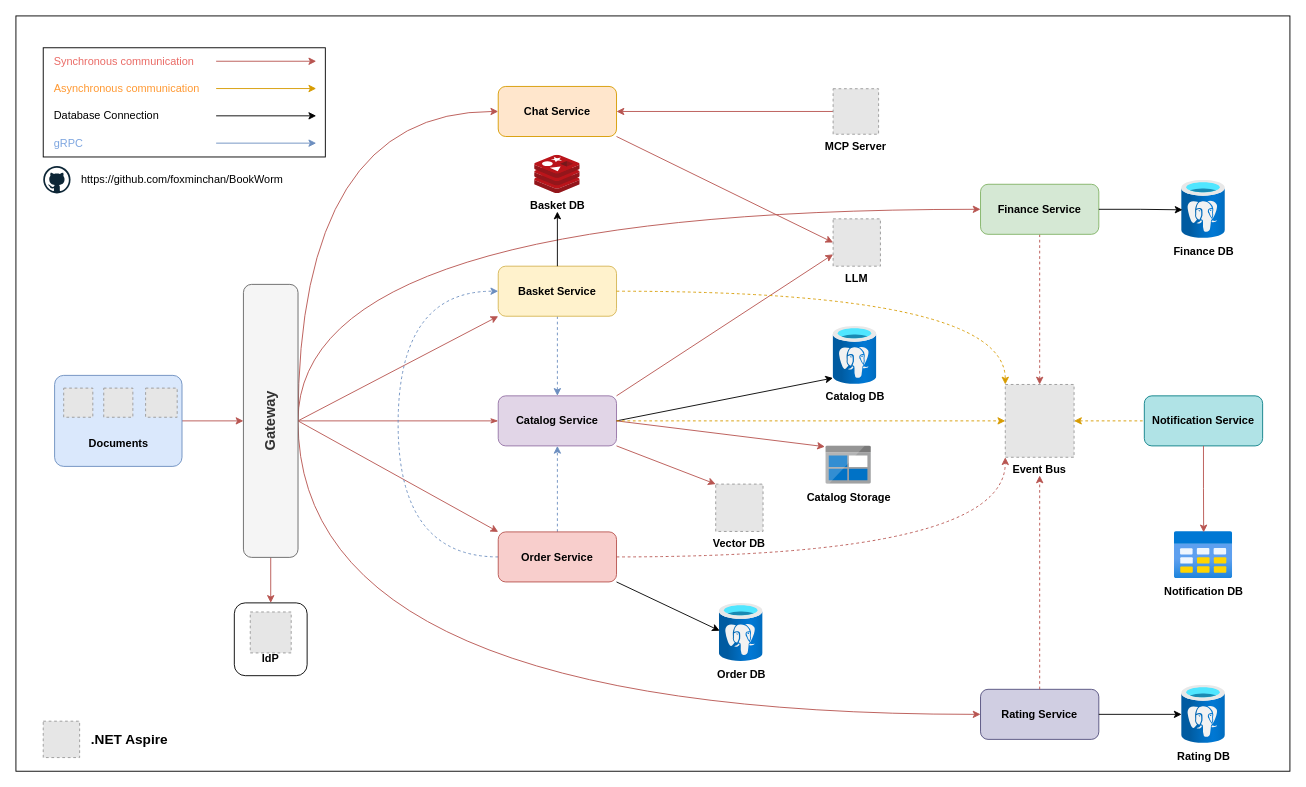
The draw.io diagram assets/BookWorm.drawio in foxminchan/BookWorm, before the edit. Source tidied: cells renumbered, new cells numbered last; positions are measured from the earlier drawing's top-left corner, leaving out a move shared by most shapes. Both pictures are drawn from the tidied source at 91%, with x=0, y=0 at pixel (15, 15). Pictures stored in the file or linked from it are replaced by grey dashed boxes.
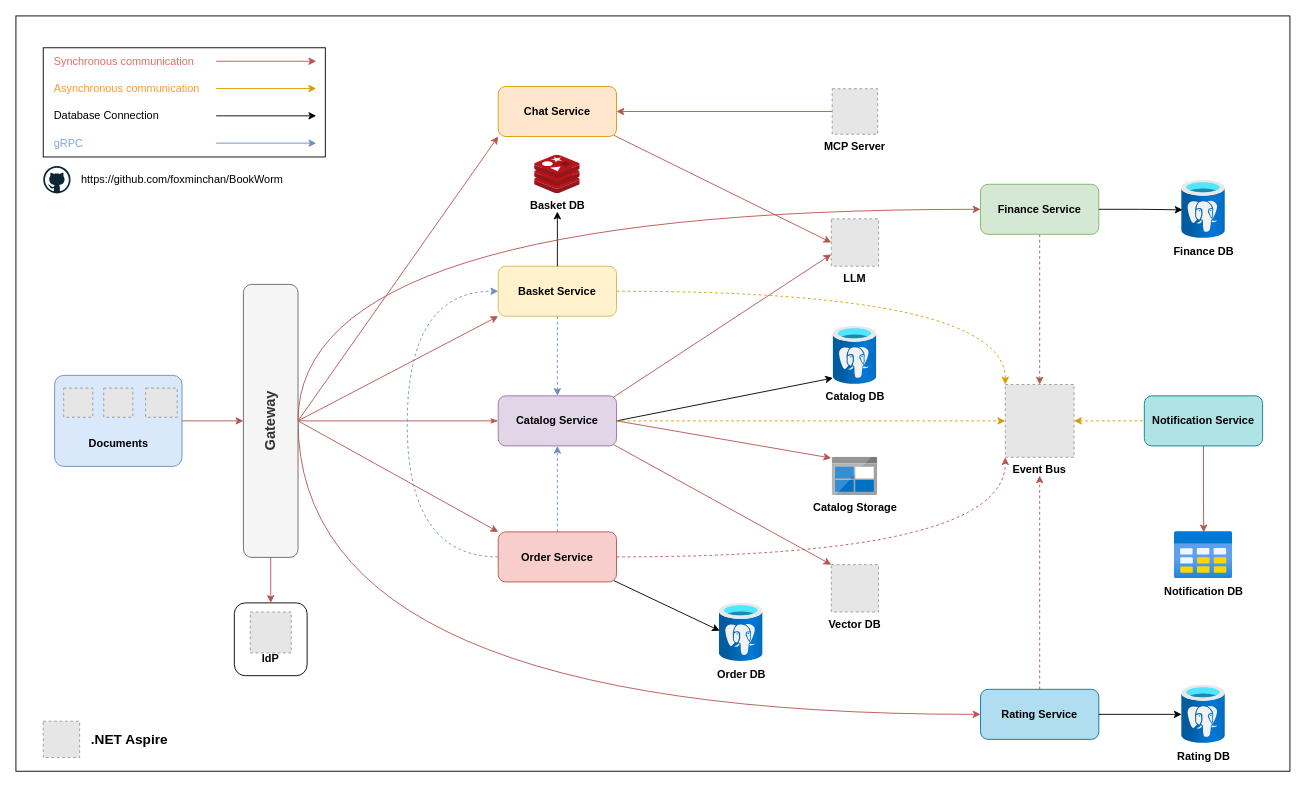
After the change.

Commit message (it also covers changes not shown here):
chore: update Scalar.AspNetCore to 2.4.3 and add architecture diagrams

The change refers to these unchanged cells:
```xml
<mxCell id="10" value="&lt;font style=&quot;font-size: 16px;&quot;&gt;Gateway&lt;/font&gt;" style="rounded=1;whiteSpace=wrap;html=1;fontStyle=1;textDirection=vertical-rl;rotation=-180;fillColor=#f5f5f5;strokeColor=#666666;fontColor=#333333;" parent="1" vertex="1">
  <mxGeometry x="250" y="295" width="60" height="300" as="geometry" />
</mxCell>
<mxCell id="13" value="Catalog Service" style="rounded=1;whiteSpace=wrap;html=1;fontStyle=1;fillColor=#e1d5e7;strokeColor=#9673a6;" parent="1" vertex="1">
  <mxGeometry x="530" y="417.5" width="130" height="55" as="geometry" />
</mxCell>
<mxCell id="21" value="Basket Service" style="rounded=1;whiteSpace=wrap;html=1;fontStyle=1;fillColor=#fff2cc;strokeColor=#d6b656;" parent="1" vertex="1">
  <mxGeometry x="530" y="275" width="130" height="55" as="geometry" />
</mxCell>
<mxCell id="25" value="Order DB" style="image;html=1;points=[];align=center;fontSize=12;image=img/lib/azure2/databases/Azure_Database_PostgreSQL_Server.svg;fontStyle=1;" parent="1" vertex="1">
  <mxGeometry x="773" y="645.5" width="48" height="64" as="geometry" />
</mxCell>
<mxCell id="31" value="Finance Service" style="rounded=1;whiteSpace=wrap;html=1;fontStyle=1;fillColor=#d5e8d4;strokeColor=#82b366;" parent="1" vertex="1">
  <mxGeometry x="1060" y="185" width="130" height="55" as="geometry" />
</mxCell>
<mxCell id="69" value="Chat Service" style="rounded=1;whiteSpace=wrap;html=1;fontStyle=1;fillColor=#ffe6cc;strokeColor=#d79b00;" parent="1" vertex="1">
  <mxGeometry x="530" y="77.5" width="130" height="55" as="geometry" />
</mxCell>
```

Diff of the diagram source:
```diff
@@
-    <mxCell id="7" style="edgeStyle=orthogonalEdgeStyle;rounded=0;jettySize=auto;html=1;exitX=0;exitY=0.5;exitDx=0;exitDy=0;entryX=0;entryY=0.5;entryDx=0;entryDy=0;curved=1;fillColor=#f8cecc;strokeColor=#b85450;" parent="1" edge="1" source="10" target="31">
-      <mxGeometry relative="1" as="geometry">
-        <Array as="points">
-          <mxPoint x="310" y="213" />
-        </Array>
-      </mxGeometry>
-    </mxCell>
@@
-    <mxCell id="9" style="edgeStyle=orthogonalEdgeStyle;rounded=0;jettySize=auto;html=1;exitX=0;exitY=0.5;exitDx=0;exitDy=0;entryX=0;entryY=0.5;entryDx=0;entryDy=0;curved=1;fillColor=#f8cecc;strokeColor=#b85450;" parent="1" edge="1" source="10" target="69">
-      <mxGeometry relative="1" as="geometry">
-        <Array as="points">
-          <mxPoint x="310" y="105" />
-        </Array>
-      </mxGeometry>
+    <mxCell id="9" style="rounded=0;jettySize=auto;html=1;exitX=0;exitY=0.5;exitDx=0;exitDy=0;entryX=0;entryY=1;entryDx=0;entryDy=0;fillColor=#f8cecc;strokeColor=#b85450;" parent="1" edge="1" source="10" target="69">
+      <mxGeometry relative="1" as="geometry" />
     </mxCell>
@@
-    <mxCell id="11" style="rounded=0;jettySize=auto;html=1;exitX=1;exitY=1;exitDx=0;exitDy=0;entryX=0;entryY=0;entryDx=0;entryDy=0;fillColor=#f8cecc;strokeColor=#b85450;" parent="1" edge="1" source="13" target="37">
+    <mxCell id="11" style="rounded=0;jettySize=auto;html=1;exitX=0.972;exitY=0.97;exitDx=0;exitDy=0;entryX=0;entryY=0;entryDx=0;entryDy=0;fillColor=#f8cecc;strokeColor=#b85450;exitPerimeter=0;" parent="1" edge="1" source="13" target="37">
       <mxGeometry relative="1" as="geometry" />
     </mxCell>
-    <mxCell id="12" style="rounded=0;jettySize=auto;html=1;exitX=1;exitY=0;exitDx=0;exitDy=0;entryX=0;entryY=0.75;entryDx=0;entryDy=0;fillColor=#f8cecc;strokeColor=#b85450;" parent="1" edge="1" source="13" target="42">
+    <mxCell id="12" style="rounded=0;jettySize=auto;html=1;exitX=0.971;exitY=0.032;exitDx=0;exitDy=0;entryX=0;entryY=0.75;entryDx=0;entryDy=0;fillColor=#f8cecc;strokeColor=#b85450;exitPerimeter=0;" parent="1" edge="1" source="13" target="42">
       <mxGeometry relative="1" as="geometry" />
     </mxCell>
@@
     <mxCell id="16" value="Catalog Storage" style="image;sketch=0;html=1;points=[];align=center;fontSize=12;image=img/lib/mscae/BlobBlock.svg;fontStyle=1;" parent="1" vertex="1">
-      <mxGeometry x="890" y="472.5" width="50" height="42" as="geometry" />
+      <mxGeometry x="897" y="485" width="50" height="42" as="geometry" />
     </mxCell>
@@
     <mxCell id="23" style="edgeStyle=orthogonalEdgeStyle;rounded=0;jettySize=auto;html=1;exitX=0;exitY=0.5;exitDx=0;exitDy=0;entryX=0;entryY=0.5;entryDx=0;entryDy=0;fillColor=#dae8fc;strokeColor=#6c8ebf;dashed=1;curved=1;" parent="1" edge="1" source="24" target="21">
       <mxGeometry relative="1" as="geometry">
         <Array as="points">
-          <mxPoint x="420" y="595" />
-          <mxPoint x="420" y="303" />
+          <mxPoint x="430" y="595" />
+          <mxPoint x="430" y="303" />
         </Array>
       </mxGeometry>
     </mxCell>
-    <mxCell id="24" value="Order Service" style="rounded=1;whiteSpace=wrap;html=1;fontStyle=1;fillColor=#f8cecc;strokeColor=#b85450;" parent="1" vertex="1">
-      <mxGeometry x="530" y="567" width="130" height="55" as="geometry" />
-    </mxCell>
@@
-    <mxCell id="26" style="rounded=0;jettySize=auto;html=1;exitX=1;exitY=1;exitDx=0;exitDy=0;entryX=0.009;entryY=0.471;entryDx=0;entryDy=0;entryPerimeter=0;" parent="1" edge="1" source="24" target="25">
+    <mxCell id="26" style="rounded=0;jettySize=auto;html=1;exitX=0.975;exitY=0.971;exitDx=0;exitDy=0;entryX=0.009;entryY=0.471;entryDx=0;entryDy=0;entryPerimeter=0;exitPerimeter=0;" parent="1" edge="1" source="24" target="25">
       <mxGeometry relative="1" as="geometry" />
     </mxCell>
@@
-    <mxCell id="32" value="Rating Service" style="rounded=1;whiteSpace=wrap;html=1;fontStyle=1;fillColor=#d0cee2;strokeColor=#56517e;" parent="1" vertex="1">
+    <mxCell id="32" value="Rating Service" style="rounded=1;whiteSpace=wrap;html=1;fontStyle=1;fillColor=#b1ddf0;strokeColor=#10739e;" parent="1" vertex="1">
       <mxGeometry x="1060" y="740" width="130" height="55" as="geometry" />
     </mxCell>
@@
     <mxCell id="37" value="Vector DB" style="fillColor=#E6E6E6;strokeColor=#999999;dashed=1;verticalLabelPosition=bottom;labelBackgroundColor=default;verticalAlign=top;fontStyle=1;" parent="1" vertex="1">
-      <mxGeometry x="769" y="514.5" width="52" height="52" as="geometry" />
+      <mxGeometry x="896" y="603" width="52" height="52" as="geometry" />
     </mxCell>
@@
-    <mxCell id="42" value="LLM" style="fillColor=#E6E6E6;strokeColor=#999999;dashed=1;verticalLabelPosition=bottom;labelBackgroundColor=default;verticalAlign=top;fontStyle=1;" parent="1" vertex="1">
-      <mxGeometry x="898" y="223" width="52" height="52" as="geometry" />
-    </mxCell>
@@
-    <mxCell id="68" style="rounded=0;jettySize=auto;html=1;exitX=1;exitY=1;exitDx=0;exitDy=0;fillColor=#f8cecc;strokeColor=#b85450;entryX=0;entryY=0.5;entryDx=0;entryDy=0;" parent="1" edge="1" source="69" target="42">
+    <mxCell id="68" style="rounded=0;jettySize=auto;html=1;exitX=0.975;exitY=0.973;exitDx=0;exitDy=0;fillColor=#f8cecc;strokeColor=#b85450;entryX=0;entryY=0.5;entryDx=0;entryDy=0;exitPerimeter=0;" parent="1" edge="1" source="69" target="42">
       <mxGeometry relative="1" as="geometry" />
     </mxCell>
@@
     <mxCell id="70" value="MCP Server" style="fillColor=#E6E6E6;strokeColor=#999999;dashed=1;verticalLabelPosition=bottom;labelBackgroundColor=default;verticalAlign=top;fontStyle=1;" parent="1" vertex="1">
-      <mxGeometry x="898" y="80" width="50" height="50" as="geometry" />
+      <mxGeometry x="897" y="80" width="50" height="50" as="geometry" />
     </mxCell>
@@
+    <mxCell id="7" style="edgeStyle=orthogonalEdgeStyle;rounded=0;jettySize=auto;html=1;exitX=0;exitY=0.5;exitDx=0;exitDy=0;entryX=0;entryY=0.5;entryDx=0;entryDy=0;curved=1;fillColor=#f8cecc;strokeColor=#b85450;" parent="1" edge="1" source="10" target="31">
+      <mxGeometry relative="1" as="geometry">
+        <Array as="points">
+          <mxPoint x="310" y="213" />
+        </Array>
+      </mxGeometry>
+    </mxCell>
+    <mxCell id="24" value="Order Service" style="rounded=1;whiteSpace=wrap;html=1;fontStyle=1;fillColor=#f8cecc;strokeColor=#b85450;" parent="1" vertex="1">
+      <mxGeometry x="530" y="567" width="130" height="55" as="geometry" />
+    </mxCell>
+    <mxCell id="42" value="LLM" style="fillColor=#E6E6E6;strokeColor=#999999;dashed=1;verticalLabelPosition=bottom;labelBackgroundColor=default;verticalAlign=top;fontStyle=1;" parent="1" vertex="1">
+      <mxGeometry x="896" y="223" width="52" height="52" as="geometry" />
+    </mxCell>
```
